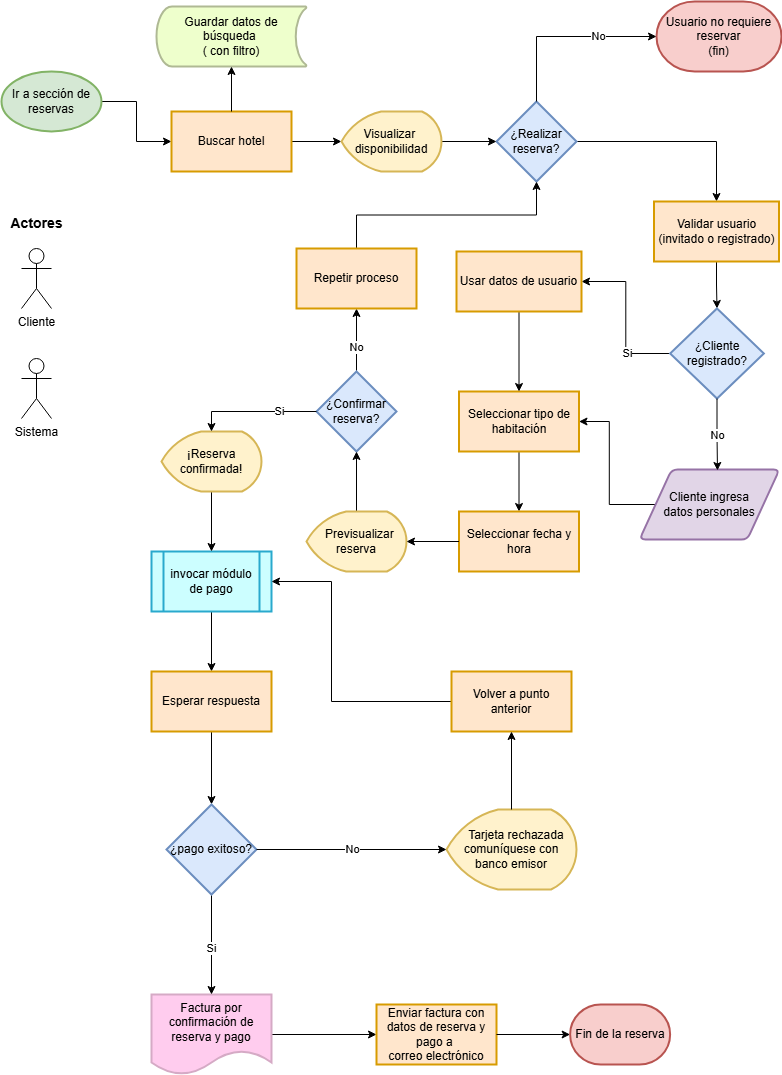
Before: Flujograma de reserva de habitación.png, a diagram exported from draw.io (DjGuetta/App-Hotel-Management). Source tidied: cells renumbered, new cells last; positions are measured from the earlier drawing's top-left corner, leaving out a move shared by most shapes.
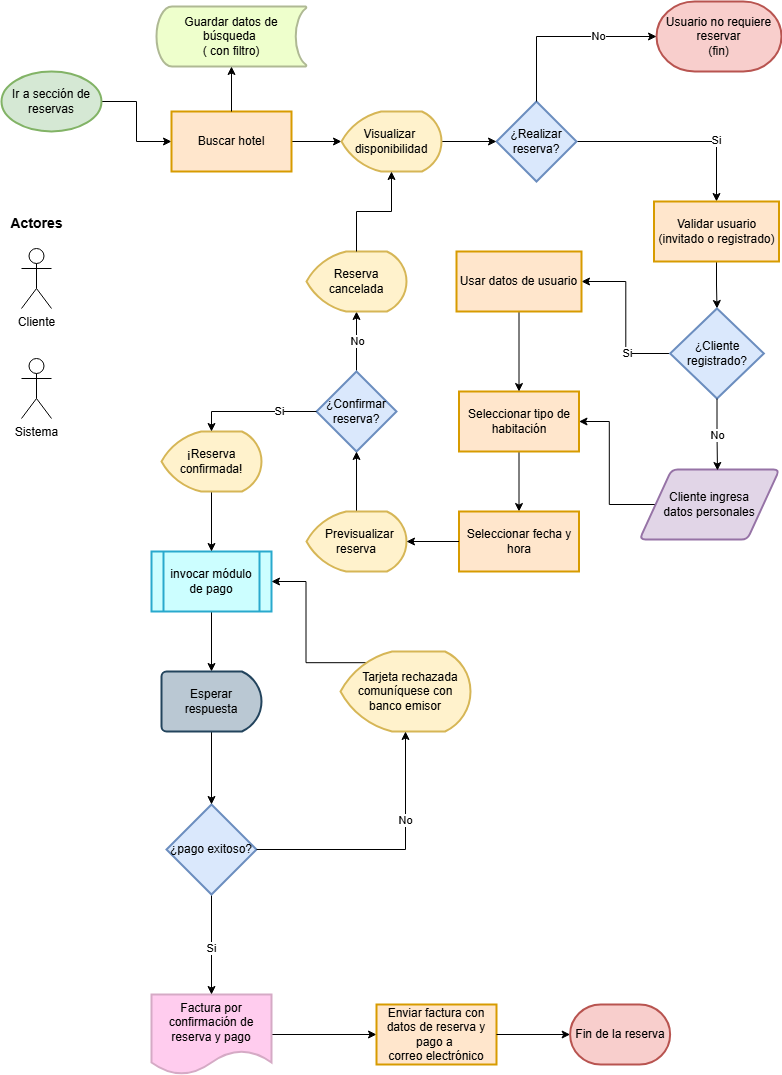
The same file after the commit.

Commit message:
Corrección en procesos mal definidos y figuras para espera de pago

What changed in the source:
```diff
@@ -17,6 +17,11 @@
     <mxCell id="6" style="edgeStyle=orthogonalEdgeStyle;rounded=0;jettySize=auto;html=1;exitX=1;exitY=0.5;exitDx=0;exitDy=0;entryX=0.5;entryY=0;entryDx=0;entryDy=0;" parent="1" edge="1" source="7" target="49">
       <mxGeometry relative="1" as="geometry" />
     </mxCell>
+    <mxCell id="62" value="Si" style="edgeLabel;html=1;align=center;verticalAlign=middle;" parent="6" vertex="1">
+      <mxGeometry x="0.4" y="2" relative="1" as="geometry">
+        <mxPoint x="-3" y="-2" as="offset" />
+      </mxGeometry>
+    </mxCell>
     <mxCell id="7" value="¿Realizar reserva?" style="rhombus;whiteSpace=wrap;html=1;strokeWidth=2;fillColor=#dae8fc;strokeColor=#6c8ebf;" parent="1" vertex="1">
       <mxGeometry x="495" y="100" width="80" height="80" as="geometry" />
     </mxCell>
@@ -41,13 +46,11 @@
     <mxCell id="14" style="edgeStyle=orthogonalEdgeStyle;rounded=0;jettySize=auto;html=1;entryX=0;entryY=0.5;entryDx=0;entryDy=0;" parent="1" edge="1" source="47" target="7">
       <mxGeometry relative="1" as="geometry" />
     </mxCell>
-    <mxCell id="15" style="edgeStyle=orthogonalEdgeStyle;rounded=0;jettySize=auto;html=1;exitX=0.5;exitY=0;exitDx=0;exitDy=0;entryX=0.5;entryY=1;entryDx=0;entryDy=0;" parent="1" edge="1" source="17" target="44">
-      <mxGeometry relative="1" as="geometry" />
-    </mxCell>
+    <mxCell id="63" style="edgeStyle=orthogonalEdgeStyle;rounded=0;jettySize=auto;html=1;" parent="1" edge="1" source="17" target="65">
+      <mxGeometry relative="1" as="geometry" />
+    </mxCell>
-    <mxCell id="16" value="No" style="edgeLabel;html=1;align=center;verticalAlign=middle;" parent="15" vertex="1">
-      <mxGeometry x="-0.21" y="-2" relative="1" as="geometry">
-        <mxPoint x="-3" as="offset" />
-      </mxGeometry>
+    <mxCell id="16" value="No" style="edgeLabel;html=1;align=center;verticalAlign=middle;" parent="63" vertex="1">
+      <mxGeometry x="0.03" relative="1" as="geometry" />
     </mxCell>
     <mxCell id="17" value="¿Confirmar reserva?" style="rhombus;whiteSpace=wrap;html=1;strokeWidth=2;fillColor=#dae8fc;strokeColor=#6c8ebf;" parent="1" vertex="1">
       <mxGeometry x="315" y="370" width="80" height="80" as="geometry" />
@@ -73,12 +76,6 @@
     <mxCell id="24" style="edgeStyle=orthogonalEdgeStyle;rounded=0;jettySize=auto;html=1;exitX=1;exitY=0.5;exitDx=0;exitDy=0;entryX=0;entryY=0.5;entryDx=0;entryDy=0;entryPerimeter=0;" parent="1" edge="1" source="23" target="20">
       <mxGeometry relative="1" as="geometry" />
     </mxCell>
-    <mxCell id="25" style="edgeStyle=orthogonalEdgeStyle;rounded=0;jettySize=auto;html=1;exitX=0.5;exitY=1;exitDx=0;exitDy=0;entryX=0.5;entryY=0;entryDx=0;entryDy=0;" parent="1" edge="1" source="26" target="29">
-      <mxGeometry relative="1" as="geometry" />
-    </mxCell>
-    <mxCell id="26" value="Esperar respuesta" style="whiteSpace=wrap;html=1;fillColor=#ffe6cc;strokeColor=#d79b00;strokeWidth=2;" parent="1" vertex="1">
-      <mxGeometry x="150" y="670" width="120" height="60" as="geometry" />
-    </mxCell>
     <mxCell id="27" style="edgeStyle=orthogonalEdgeStyle;rounded=0;jettySize=auto;html=1;exitX=0.5;exitY=1;exitDx=0;exitDy=0;entryX=0.5;entryY=0;entryDx=0;entryDy=0;" parent="1" edge="1" source="29" target="22">
       <mxGeometry relative="1" as="geometry" />
     </mxCell>
@@ -104,31 +101,18 @@
     <mxCell id="33" value="&amp;nbsp;Cliente ingresa&amp;nbsp;&lt;div&gt;datos personales&lt;/div&gt;" style="shape=parallelogram;html=1;strokeWidth=2;perimeter=parallelogramPerimeter;whiteSpace=wrap;rounded=1;arcSize=12;size=0.23;fillColor=#e1d5e7;strokeColor=#9673a6;" parent="1" vertex="1">
       <mxGeometry x="638" y="468" width="140" height="70" as="geometry" />
     </mxCell>
+    <mxCell id="64" style="edgeStyle=orthogonalEdgeStyle;rounded=0;jettySize=auto;html=1;exitX=0.2;exitY=0.14;exitDx=0;exitDy=0;exitPerimeter=0;entryX=1;entryY=0.5;entryDx=0;entryDy=0;" parent="1" edge="1" source="34" target="19">
+      <mxGeometry relative="1" as="geometry" />
+    </mxCell>
     <mxCell id="34" value="&amp;nbsp; &amp;nbsp;Tarjeta rechazada&lt;div&gt;comuníquese&amp;nbsp;&lt;span style=&quot;background-color: transparent; color: light-dark(rgb(0, 0, 0), rgb(255, 255, 255));&quot;&gt;con banco emisor&lt;/span&gt;&lt;/div&gt;" style="strokeWidth=2;html=1;shape=mxgraph.flowchart.display;whiteSpace=wrap;fillColor=#fff2cc;strokeColor=#d6b656;" parent="1" vertex="1">
-      <mxGeometry x="445" y="808" width="130" height="80" as="geometry" />
+      <mxGeometry x="339" y="650" width="130" height="80" as="geometry" />
     </mxCell>
-    <mxCell id="35" style="edgeStyle=orthogonalEdgeStyle;rounded=0;jettySize=auto;html=1;exitX=1;exitY=0.5;exitDx=0;exitDy=0;entryX=0;entryY=0.5;entryDx=0;entryDy=0;entryPerimeter=0;" parent="1" edge="1" source="29" target="34">
+    <mxCell id="35" style="edgeStyle=orthogonalEdgeStyle;rounded=0;jettySize=auto;html=1;exitX=1;exitY=0.5;exitDx=0;exitDy=0;entryX=0.5;entryY=1;entryDx=0;entryDy=0;entryPerimeter=0;" parent="1" edge="1" source="29" target="34">
       <mxGeometry relative="1" as="geometry" />
     </mxCell>
     <mxCell id="36" value="No" style="edgeLabel;html=1;align=center;verticalAlign=middle;" parent="35" vertex="1">
-      <mxGeometry x="0.34" y="1" relative="1" as="geometry">
-        <mxPoint x="-32" as="offset" />
-      </mxGeometry>
+      <mxGeometry x="0.34" y="1" relative="1" as="geometry" />
     </mxCell>
-    <mxCell id="37" style="edgeStyle=orthogonalEdgeStyle;rounded=0;jettySize=auto;html=1;exitX=0;exitY=0.5;exitDx=0;exitDy=0;entryX=1;entryY=0.5;entryDx=0;entryDy=0;" parent="1" edge="1" source="38" target="19">
-      <mxGeometry relative="1" as="geometry">
-        <Array as="points">
-          <mxPoint x="330" y="700" />
-          <mxPoint x="330" y="580" />
-        </Array>
-      </mxGeometry>
-    </mxCell>
-    <mxCell id="38" value="Volver a punto anterior" style="whiteSpace=wrap;html=1;strokeWidth=2;fillColor=#ffe6cc;strokeColor=#d79b00;" parent="1" vertex="1">
-      <mxGeometry x="450" y="670" width="120" height="60" as="geometry" />
-    </mxCell>
-    <mxCell id="39" style="edgeStyle=orthogonalEdgeStyle;rounded=0;jettySize=auto;html=1;exitX=0.5;exitY=0;exitDx=0;exitDy=0;exitPerimeter=0;entryX=0.5;entryY=1;entryDx=0;entryDy=0;" parent="1" edge="1" source="34" target="38">
-      <mxGeometry relative="1" as="geometry" />
-    </mxCell>
     <mxCell id="40" value="Cliente" style="shape=umlActor;verticalLabelPosition=bottom;verticalAlign=top;html=1;" parent="1" vertex="1">
       <mxGeometry x="20" y="247" width="30" height="60" as="geometry" />
     </mxCell>
@@ -138,12 +122,6 @@
     <mxCell id="42" value="Actores" style="text;html=1;align=center;verticalAlign=middle;strokeColor=none;fillColor=none;fontStyle=1;fontSize=14;" parent="1" vertex="1">
       <mxGeometry y="207" width="70" height="30" as="geometry" />
     </mxCell>
-    <mxCell id="43" style="edgeStyle=orthogonalEdgeStyle;rounded=0;jettySize=auto;html=1;exitX=0.5;exitY=0;exitDx=0;exitDy=0;entryX=0.5;entryY=1;entryDx=0;entryDy=0;" parent="1" edge="1" source="44" target="7">
-      <mxGeometry relative="1" as="geometry" />
-    </mxCell>
-    <mxCell id="44" value="Repetir proceso" style="whiteSpace=wrap;html=1;strokeWidth=2;fillColor=#ffe6cc;strokeColor=#d79b00;" parent="1" vertex="1">
-      <mxGeometry x="295" y="247" width="120" height="60" as="geometry" />
-    </mxCell>
     <mxCell id="45" style="edgeStyle=orthogonalEdgeStyle;rounded=0;jettySize=auto;html=1;exitX=0.5;exitY=1;exitDx=0;exitDy=0;exitPerimeter=0;entryX=0.5;entryY=0;entryDx=0;entryDy=0;" parent="1" edge="1" source="46" target="19">
       <mxGeometry relative="1" as="geometry" />
     </mxCell>
@@ -201,5 +179,17 @@
         <mxPoint y="-2" as="offset" />
       </mxGeometry>
     </mxCell>
+    <mxCell id="65" value="Reserva cancelada" style="strokeWidth=2;html=1;shape=mxgraph.flowchart.display;whiteSpace=wrap;fillColor=#fff2cc;strokeColor=#d6b656;" parent="1" vertex="1">
+      <mxGeometry x="305" y="250" width="100" height="60" as="geometry" />
+    </mxCell>
+    <mxCell id="66" style="edgeStyle=orthogonalEdgeStyle;rounded=0;jettySize=auto;html=1;exitX=0.5;exitY=0;exitDx=0;exitDy=0;exitPerimeter=0;entryX=0.5;entryY=1;entryDx=0;entryDy=0;entryPerimeter=0;" parent="1" edge="1" source="65" target="47">
+      <mxGeometry relative="1" as="geometry" />
+    </mxCell>
+    <mxCell id="25" style="edgeStyle=orthogonalEdgeStyle;rounded=0;jettySize=auto;html=1;" parent="1" edge="1" source="26" target="29">
+      <mxGeometry relative="1" as="geometry" />
+    </mxCell>
+    <mxCell id="26" value="Esperar respuesta" style="strokeWidth=2;html=1;shape=mxgraph.flowchart.delay;whiteSpace=wrap;fillColor=#bac8d3;strokeColor=#23445d;" parent="1" vertex="1">
+      <mxGeometry x="160" y="670" width="100" height="60" as="geometry" />
+    </mxCell>
   </root>
 </mxGraphModel>
```
